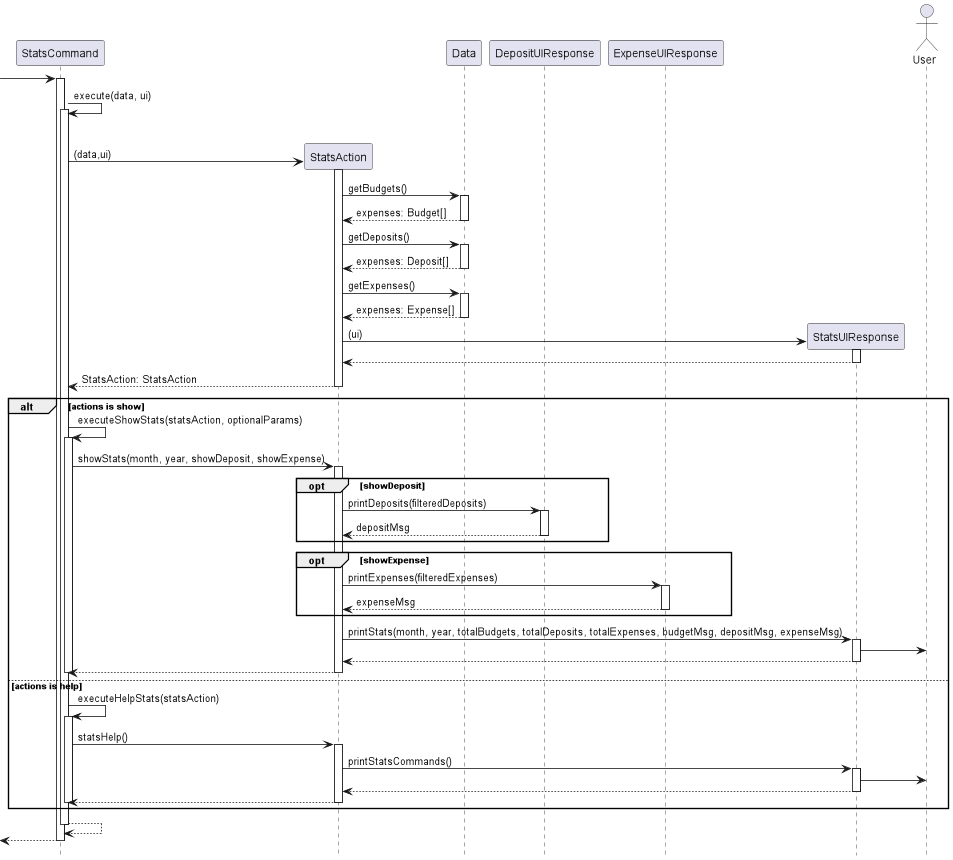
Above: docs/images/StatsCommandSequence.png in stephenkyang/tp (PlantUML), before the change.
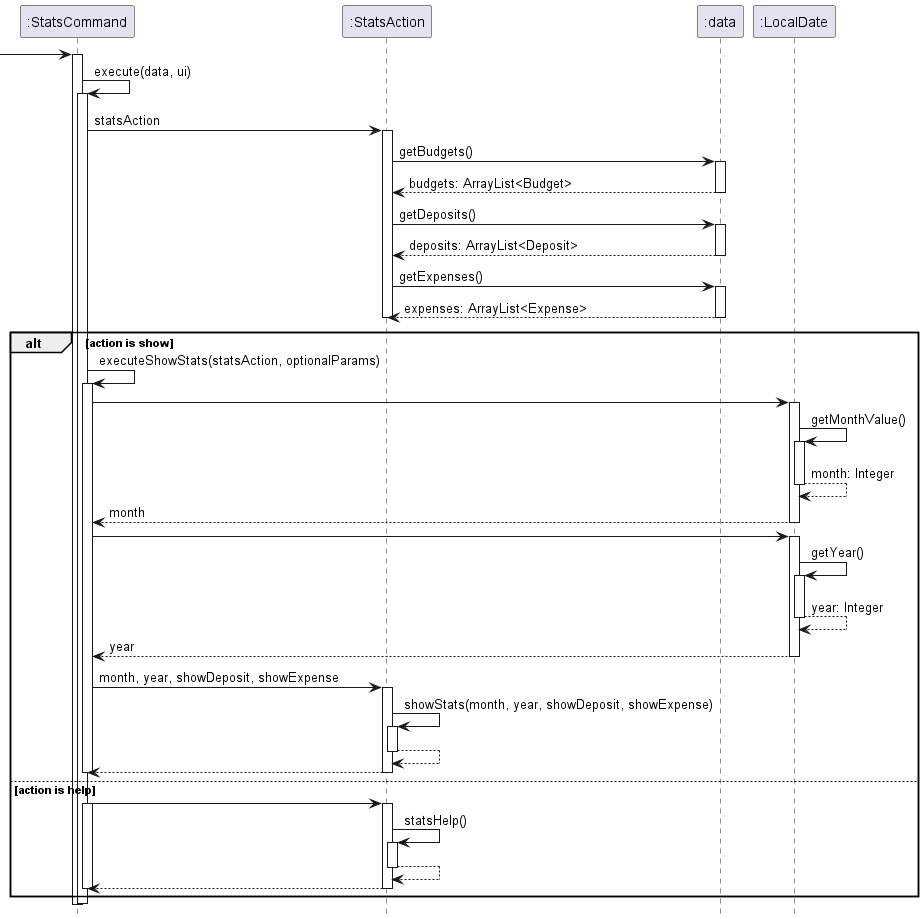
Later version of the same file.

Diff of the diagram source:
```diff
@@ -2,85 +2,78 @@
 
 hide footbox
 
-participant StatsCommand
-participant StatsAction
-participant Data
-participant DepositUIResponse
-participant ExpenseUIResponse
-participant StatsUIResponse
-actor User
+ -> ":StatsCommand":
 
- -> "StatsCommand":
+activate ":StatsCommand"
+":StatsCommand" -> ":StatsCommand": execute(data, ui)
+activate  ":StatsCommand"
+":StatsCommand" -> ":StatsAction" :statsAction
+activate ":StatsAction"
 
-activate "StatsCommand"
-"StatsCommand" -> "StatsCommand": execute(data, ui)
-activate  "StatsCommand"
-deactivate "Data"
-
-"StatsCommand" -> "StatsAction" ** : (data,ui)
-activate "StatsAction"
-
-"StatsAction" -> "Data": getBudgets()
-activate "Data"
-return expenses: Budget[]
-"StatsAction" -> "Data": getDeposits()
-activate "Data"
-return expenses: Deposit[]
-"StatsAction" -> "Data": getExpenses()
-activate "Data"
-return expenses: Expense[]
-
-"StatsAction" -> "StatsUIResponse" ** : (ui)
-activate "StatsUIResponse"
-"StatsUIResponse" --> "StatsAction"
-deactivate "StatsUIResponse"
-
-return StatsAction: StatsAction
-deactivate "StatsAction"
+":StatsAction" -> ":data" :getBudgets()
+activate ":data"
+return budgets: ArrayList<Budget>
+deactivate ":data"
+":StatsAction" -> ":data" :getDeposits()
+activate ":data"
+return deposits: ArrayList<Deposit>
+deactivate ":data"
+":StatsAction" -> ":data" :getExpenses()
+activate ":data"
+return expenses: ArrayList<Expense>
+deactivate ":data"
 
 
-alt actions is show
-"StatsCommand" -> "StatsCommand": executeShowStats(statsAction, optionalParams)
-activate "StatsCommand"
-"StatsCommand" -> "StatsAction" : showStats(month, year, showDeposit, showExpense)
-activate "StatsAction"
+deactivate ":StatsAction"
 
-opt showDeposit
-"StatsAction" -> "DepositUIResponse": printDeposits(filteredDeposits)
-activate "DepositUIResponse"
-return depositMsg
-end
 
-opt showExpense
-"StatsAction" -> "ExpenseUIResponse": printExpenses(filteredExpenses)
-activate "ExpenseUIResponse"
-return expenseMsg
-end
 
-"StatsAction" -> "StatsUIResponse" : printStats(month, year, totalBudgets, totalDeposits, totalExpenses, budgetMsg, depositMsg, expenseMsg)
-activate "StatsUIResponse"
-"StatsUIResponse" -> User
+alt action is show
+":StatsCommand" -> ":StatsCommand" :executeShowStats(statsAction, optionalParams)
+activate ":StatsCommand"
+
+
+":StatsCommand" -> ":LocalDate":
+activate ":LocalDate"
+":LocalDate" -> ":LocalDate": getMonthValue()
+activate ":LocalDate"
+return month: Integer
+return month
+
+
+":StatsCommand" -> ":LocalDate":
+activate ":LocalDate"
+":LocalDate" -> ":LocalDate": getYear()
+activate ":LocalDate"
+return year: Integer
+return year
+
+":StatsCommand" -> ":StatsAction" :month, year, showDeposit, showExpense
+activate ":StatsAction"
+":StatsAction" -> ":StatsAction" :showStats(month, year, showDeposit, showExpense)
+activate ":StatsAction"
 return
 return
 
-deactivate "StatsCommand"
+deactivate ":StatsCommand"
 
-else actions is help
-"StatsCommand" -> "StatsCommand": executeHelpStats(statsAction)
-activate "StatsCommand"
-"StatsCommand" -> "StatsAction" : statsHelp()
-activate "StatsAction"
-"StatsAction" -> "StatsUIResponse" : printStatsCommands()
-activate "StatsUIResponse"
-"StatsUIResponse" -> User
+else action is help
+":StatsCommand" -> ":StatsAction"
+activate ":StatsCommand"
+activate ":StatsAction"
+":StatsAction" -> ":StatsAction" : statsHelp()
+activate ":StatsAction"
 return
 return
+deactivate ":StatsCommand"
 
-deactivate "StatsCommand"
 end
-"StatsCommand" --> "StatsCommand"
 
-deactivate "StatsCommand"
-<-- "StatsCommand"
-deactivate "StatsCommand"
+
+
+deactivate ":StatsCommand"
+
+
+
+
 @enduml
```
